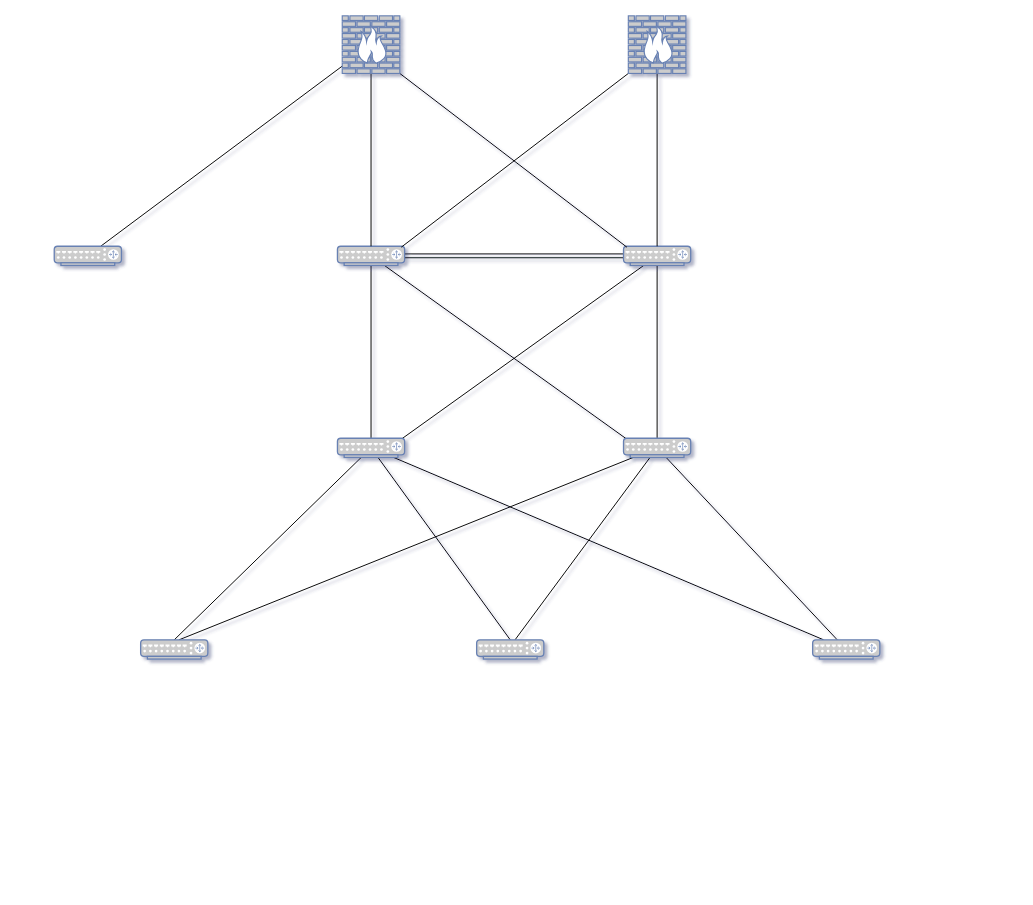
The draw.io diagram Diagramme sans nom.drawio in a0six/projetb3, before the edit. Source tidied: cells renumbered, new cells numbered last; positions are measured from the earlier drawing's top-left corner, leaving out a move shared by most shapes. Both pictures are drawn from the tidied source at 96%, with x=0, y=0 at pixel (54, 15).
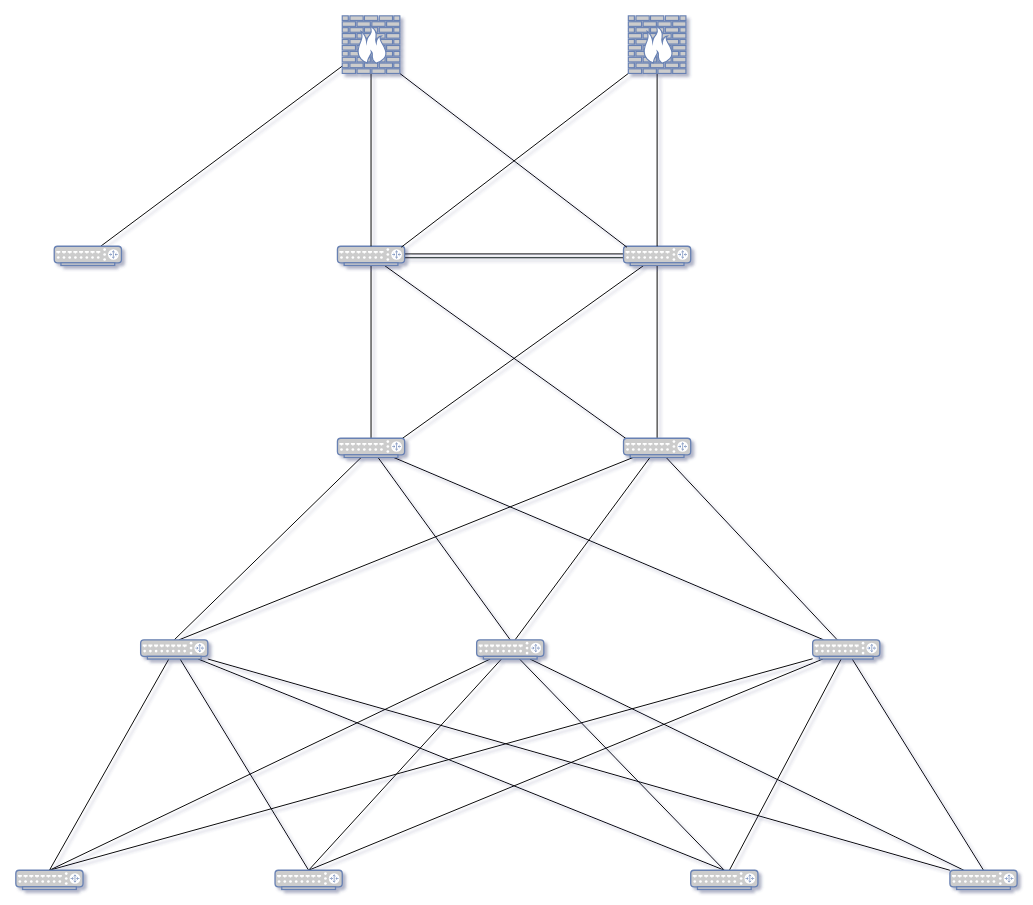
After the change.

The change refers to these unchanged cells:
```xml
<mxCell id="25" style="fontColor=#0066CC;verticalAlign=top;verticalLabelPosition=bottom;labelPosition=center;align=center;html=1;outlineConnect=0;fillColor=#CCCCCC;strokeColor=#6881B3;gradientColor=none;gradientDirection=north;strokeWidth=2;shape=mxgraph.networks.router;" parent="1" vertex="1">
  <mxGeometry x="440" y="650" width="70" height="20" as="geometry" />
</mxCell>
<mxCell id="26" style="fontColor=#0066CC;verticalAlign=top;verticalLabelPosition=bottom;labelPosition=center;align=center;html=1;outlineConnect=0;fillColor=#CCCCCC;strokeColor=#6881B3;gradientColor=none;gradientDirection=north;strokeWidth=2;shape=mxgraph.networks.router;" parent="1" vertex="1">
  <mxGeometry x="90" y="650" width="70" height="20" as="geometry" />
</mxCell>
<mxCell id="27" style="fontColor=#0066CC;verticalAlign=top;verticalLabelPosition=bottom;labelPosition=center;align=center;html=1;outlineConnect=0;fillColor=#CCCCCC;strokeColor=#6881B3;gradientColor=none;gradientDirection=north;strokeWidth=2;shape=mxgraph.networks.router;" parent="1" vertex="1">
  <mxGeometry x="790" y="650" width="70" height="20" as="geometry" />
</mxCell>
```

The edit, as a diff of the source:
```diff
@@
+    <mxCell id="28" style="rounded=0;jettySize=auto;html=1;entryX=0.5;entryY=0;entryDx=0;entryDy=0;entryPerimeter=0;endArrow=none;endFill=0;" parent="1" edge="1" source="25" target="40">
+      <mxGeometry relative="1" as="geometry" />
+    </mxCell>
+    <mxCell id="29" style="rounded=0;jettySize=auto;html=1;entryX=0.5;entryY=0;entryDx=0;entryDy=0;entryPerimeter=0;endArrow=none;endFill=0;" parent="1" edge="1" source="25" target="41">
+      <mxGeometry relative="1" as="geometry" />
+    </mxCell>
+    <mxCell id="30" style="rounded=0;jettySize=auto;html=1;entryX=0.5;entryY=0;entryDx=0;entryDy=0;entryPerimeter=0;endArrow=none;endFill=0;" parent="1" edge="1" source="25" target="42">
+      <mxGeometry relative="1" as="geometry" />
+    </mxCell>
+    <mxCell id="31" style="rounded=0;jettySize=auto;html=1;endArrow=none;endFill=0;" parent="1" edge="1" source="25" target="43">
+      <mxGeometry relative="1" as="geometry" />
+    </mxCell>
@@
+    <mxCell id="32" style="rounded=0;jettySize=auto;html=1;endArrow=none;endFill=0;entryX=0.5;entryY=0;entryDx=0;entryDy=0;entryPerimeter=0;" parent="1" edge="1" source="26" target="40">
+      <mxGeometry relative="1" as="geometry" />
+    </mxCell>
+    <mxCell id="33" style="rounded=0;jettySize=auto;html=1;entryX=0.5;entryY=0;entryDx=0;entryDy=0;entryPerimeter=0;endArrow=none;endFill=0;" parent="1" edge="1" source="26" target="41">
+      <mxGeometry relative="1" as="geometry" />
+    </mxCell>
+    <mxCell id="34" style="rounded=0;jettySize=auto;html=1;entryX=0.5;entryY=0;entryDx=0;entryDy=0;entryPerimeter=0;endArrow=none;endFill=0;" parent="1" edge="1" source="26" target="42">
+      <mxGeometry relative="1" as="geometry" />
+    </mxCell>
+    <mxCell id="35" style="rounded=0;jettySize=auto;html=1;endArrow=none;endFill=0;" parent="1" edge="1" source="26" target="43">
+      <mxGeometry relative="1" as="geometry" />
+    </mxCell>
@@
+    <mxCell id="36" style="rounded=0;jettySize=auto;html=1;entryX=0.5;entryY=0;entryDx=0;entryDy=0;entryPerimeter=0;endArrow=none;endFill=0;" parent="1" edge="1" source="27" target="40">
+      <mxGeometry relative="1" as="geometry" />
+    </mxCell>
+    <mxCell id="37" style="rounded=0;jettySize=auto;html=1;entryX=0.5;entryY=0;entryDx=0;entryDy=0;entryPerimeter=0;endArrow=none;endFill=0;" parent="1" edge="1" source="27" target="41">
+      <mxGeometry relative="1" as="geometry" />
+    </mxCell>
+    <mxCell id="38" style="rounded=0;jettySize=auto;html=1;endArrow=none;endFill=0;" parent="1" edge="1" source="27" target="42">
+      <mxGeometry relative="1" as="geometry" />
+    </mxCell>
+    <mxCell id="39" style="rounded=0;jettySize=auto;html=1;entryX=0.5;entryY=0;entryDx=0;entryDy=0;entryPerimeter=0;endArrow=none;endFill=0;" parent="1" edge="1" source="27" target="43">
+      <mxGeometry relative="1" as="geometry" />
+    </mxCell>
@@
+    <mxCell id="40" style="fontColor=#0066CC;verticalAlign=top;verticalLabelPosition=bottom;labelPosition=center;align=center;html=1;outlineConnect=0;fillColor=#CCCCCC;strokeColor=#6881B3;gradientColor=none;gradientDirection=north;strokeWidth=2;shape=mxgraph.networks.router;" parent="1" vertex="1">
+      <mxGeometry x="-40" y="890" width="70" height="20" as="geometry" />
+    </mxCell>
+    <mxCell id="41" style="fontColor=#0066CC;verticalAlign=top;verticalLabelPosition=bottom;labelPosition=center;align=center;html=1;outlineConnect=0;fillColor=#CCCCCC;strokeColor=#6881B3;gradientColor=none;gradientDirection=north;strokeWidth=2;shape=mxgraph.networks.router;" parent="1" vertex="1">
+      <mxGeometry x="230" y="890" width="70" height="20" as="geometry" />
+    </mxCell>
+    <mxCell id="42" style="fontColor=#0066CC;verticalAlign=top;verticalLabelPosition=bottom;labelPosition=center;align=center;html=1;outlineConnect=0;fillColor=#CCCCCC;strokeColor=#6881B3;gradientColor=none;gradientDirection=north;strokeWidth=2;shape=mxgraph.networks.router;" parent="1" vertex="1">
+      <mxGeometry x="663" y="890" width="70" height="20" as="geometry" />
+    </mxCell>
+    <mxCell id="43" style="fontColor=#0066CC;verticalAlign=top;verticalLabelPosition=bottom;labelPosition=center;align=center;html=1;outlineConnect=0;fillColor=#CCCCCC;strokeColor=#6881B3;gradientColor=none;gradientDirection=north;strokeWidth=2;shape=mxgraph.networks.router;" parent="1" vertex="1">
+      <mxGeometry x="933" y="890" width="70" height="20" as="geometry" />
+    </mxCell>
```
